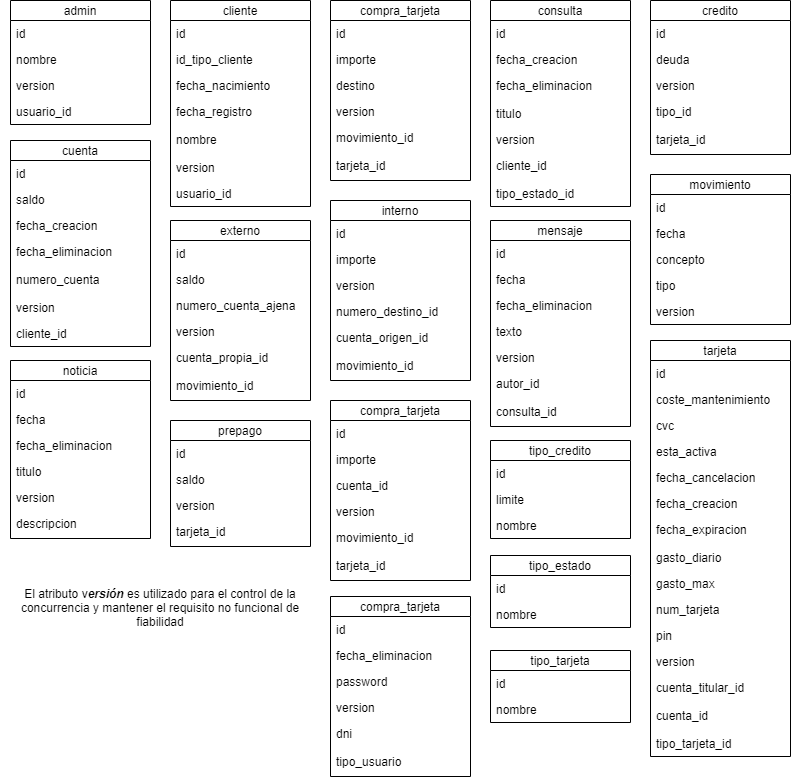
Above: Análisis/Esquema base de datos.png in Argudo/EBZ (draw.io), before the change. Source tidied: cells renumbered, new cells last; positions are measured from the earlier drawing's top-left corner, leaving out a move shared by most shapes.
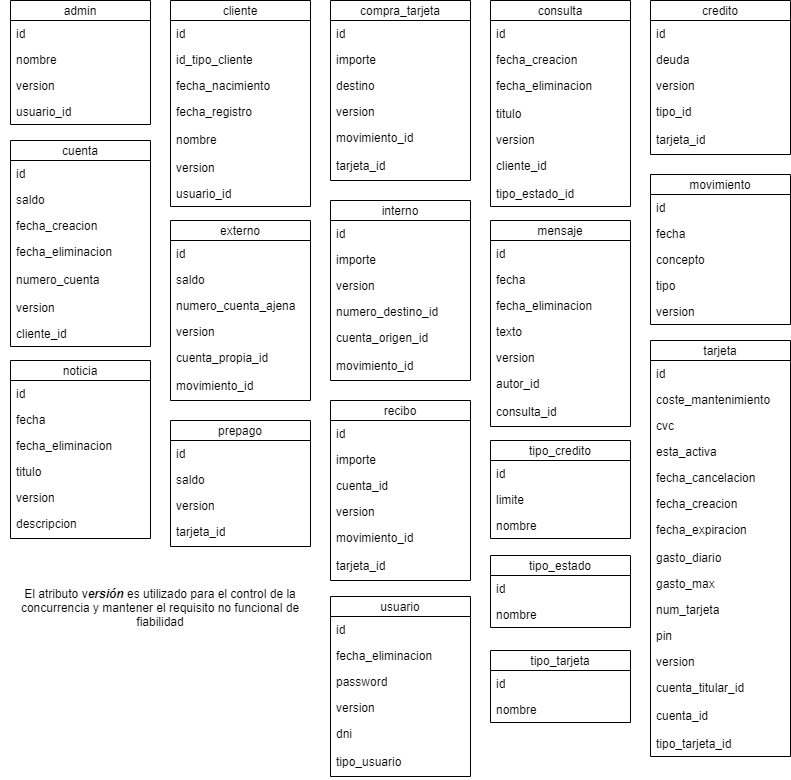
The same diagram one commit later.

Diff of the diagram source:
```diff
@@ -251,7 +251,7 @@
     <mxCell id="84" value="tarjeta_id" style="text;strokeColor=none;fillColor=none;align=left;verticalAlign=top;spacingLeft=4;spacingRight=4;overflow=hidden;" parent="80" vertex="1">
       <mxGeometry y="98" width="140" height="28" as="geometry" />
     </mxCell>
-    <mxCell id="85" value="compra_tarjeta" style="swimlane;fontStyle=0;horizontal=1;startSize=20;fillColor=none;" parent="1" vertex="1">
+    <mxCell id="85" value="recibo" style="swimlane;fontStyle=0;horizontal=1;startSize=20;fillColor=none;" parent="1" vertex="1">
       <mxGeometry x="330" y="400" width="140" height="180" as="geometry" />
     </mxCell>
     <mxCell id="86" value="id" style="text;strokeColor=none;fillColor=none;align=left;verticalAlign=top;spacingLeft=4;spacingRight=4;overflow=hidden;" parent="85" vertex="1">
@@ -350,7 +350,7 @@
     <mxCell id="117" value="nombre" style="text;strokeColor=none;fillColor=none;align=left;verticalAlign=top;spacingLeft=4;spacingRight=4;overflow=hidden;" parent="115" vertex="1">
       <mxGeometry y="46" width="140" height="26" as="geometry" />
     </mxCell>
-    <mxCell id="118" value="compra_tarjeta" style="swimlane;fontStyle=0;horizontal=1;startSize=20;fillColor=none;" parent="1" vertex="1">
+    <mxCell id="118" value="usuario" style="swimlane;fontStyle=0;horizontal=1;startSize=20;fillColor=none;" parent="1" vertex="1">
       <mxGeometry x="330" y="596" width="140" height="180" as="geometry" />
     </mxCell>
     <mxCell id="119" value="id" style="text;strokeColor=none;fillColor=none;align=left;verticalAlign=top;spacingLeft=4;spacingRight=4;overflow=hidden;" parent="118" vertex="1">
```
